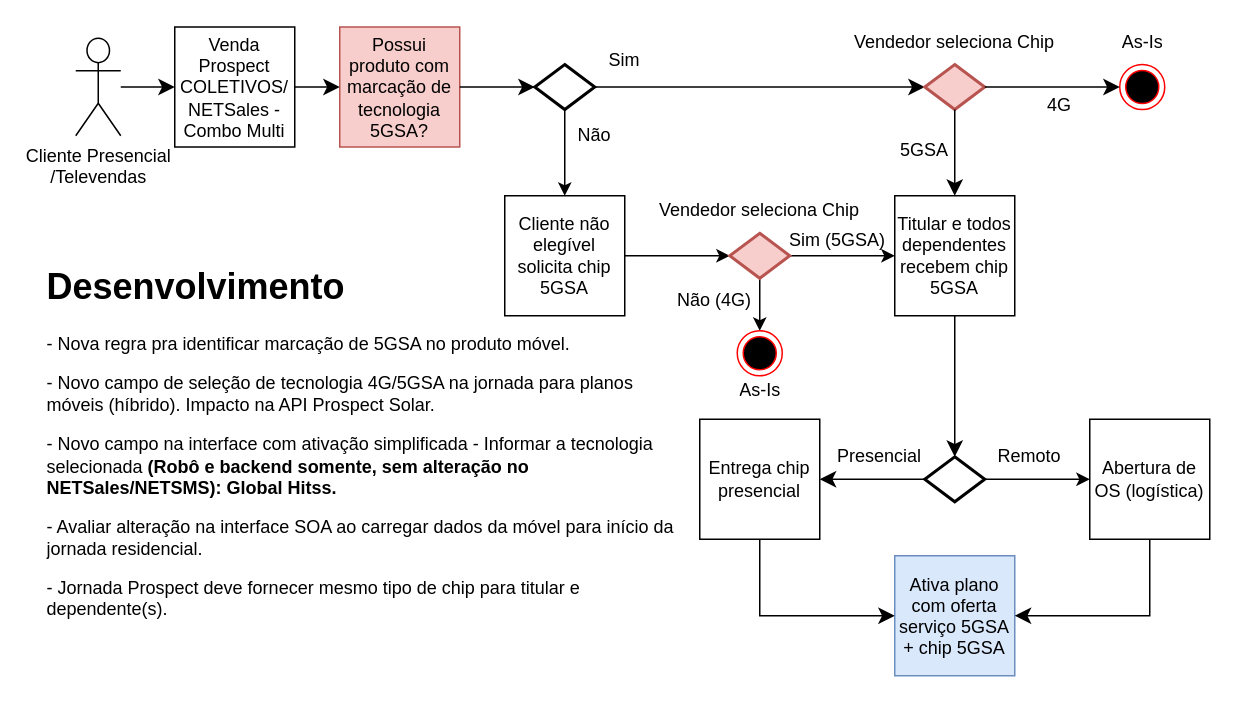
Before: page "Prospect NETSales" (2 of 5) of 5GSA v2.drawio in samirali/ClaroBrasil, a draw.io diagram. Source tidied: cells renumbered, new cells numbered last; positions are measured from the earlier drawing's top-left corner, leaving out a move shared by most shapes. Both pictures are drawn from the tidied source at 150%, with x=0, y=0 at pixel (39, 27).
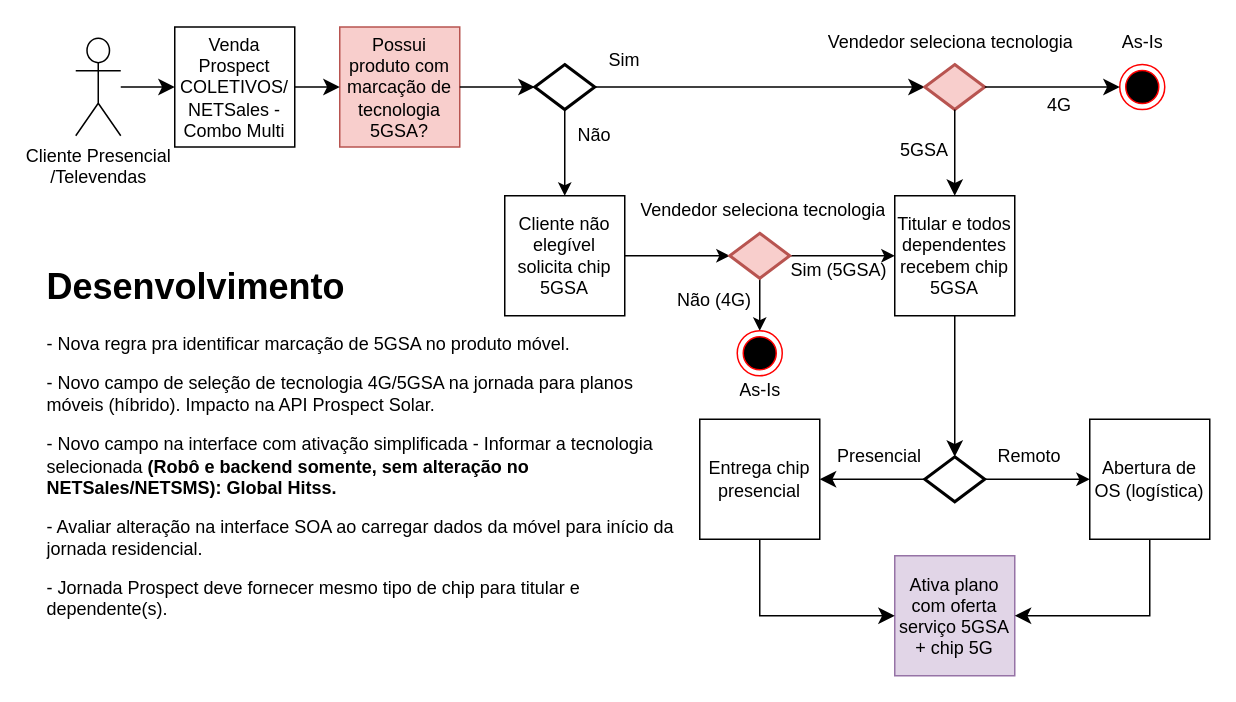
Above is the later version.

Diff of the diagram source:
```diff
@@
-    <mxCell id="13" value="Vendedor seleciona Chip" style="text;html=1;strokeColor=none;fillColor=none;align=center;verticalAlign=middle;whiteSpace=wrap;overflow=hidden;" parent="1" vertex="1">
-      <mxGeometry x="535" y="-0.5" width="150" height="20" as="geometry" />
+    <mxCell id="13" value="Vendedor seleciona tecnologia" style="text;html=1;strokeColor=none;fillColor=none;align=center;verticalAlign=middle;whiteSpace=wrap;overflow=hidden;" parent="1" vertex="1">
+      <mxGeometry x="520" y="-0.5" width="175" height="20" as="geometry" />
     </mxCell>
@@
-    <mxCell id="29" value="&lt;p style=&quot;line-height: normal; margin: 0pt 0in; text-indent: 0in; direction: ltr; unicode-bidi: embed; word-break: normal;&quot;&gt;Ativa plano com oferta serviço 5GSA + chip 5GSA&lt;/p&gt;" style="whiteSpace=wrap;html=1;fillColor=#dae8fc;strokeColor=#6c8ebf;" parent="1" vertex="1">
+    <mxCell id="29" value="&lt;p style=&quot;line-height: normal; margin: 0pt 0in; text-indent: 0in; direction: ltr; unicode-bidi: embed; word-break: normal;&quot;&gt;Ativa plano com oferta serviço 5GSA + chip 5G&lt;/p&gt;" style="whiteSpace=wrap;html=1;fillColor=#e1d5e7;strokeColor=#9673a6;" parent="1" vertex="1">
       <mxGeometry x="570" y="352" width="80" height="80" as="geometry" />
     </mxCell>
@@
     <mxCell id="38" value="Sim (5GSA)" style="text;html=1;strokeColor=none;fillColor=none;align=center;verticalAlign=middle;whiteSpace=wrap;overflow=hidden;" parent="1" vertex="1">
-      <mxGeometry x="497" y="132" width="70" height="20" as="geometry" />
+      <mxGeometry x="497.5" y="152" width="70" height="20" as="geometry" />
     </mxCell>
@@
-    <mxCell id="43" value="Vendedor seleciona Chip" style="text;html=1;strokeColor=none;fillColor=none;align=center;verticalAlign=middle;whiteSpace=wrap;overflow=hidden;" parent="1" vertex="1">
-      <mxGeometry x="405" y="112" width="150" height="20" as="geometry" />
+    <mxCell id="43" value="Vendedor seleciona tecnologia" style="text;html=1;strokeColor=none;fillColor=none;align=center;verticalAlign=middle;whiteSpace=wrap;overflow=hidden;" parent="1" vertex="1">
+      <mxGeometry x="395" y="112" width="175" height="20" as="geometry" />
     </mxCell>
```
